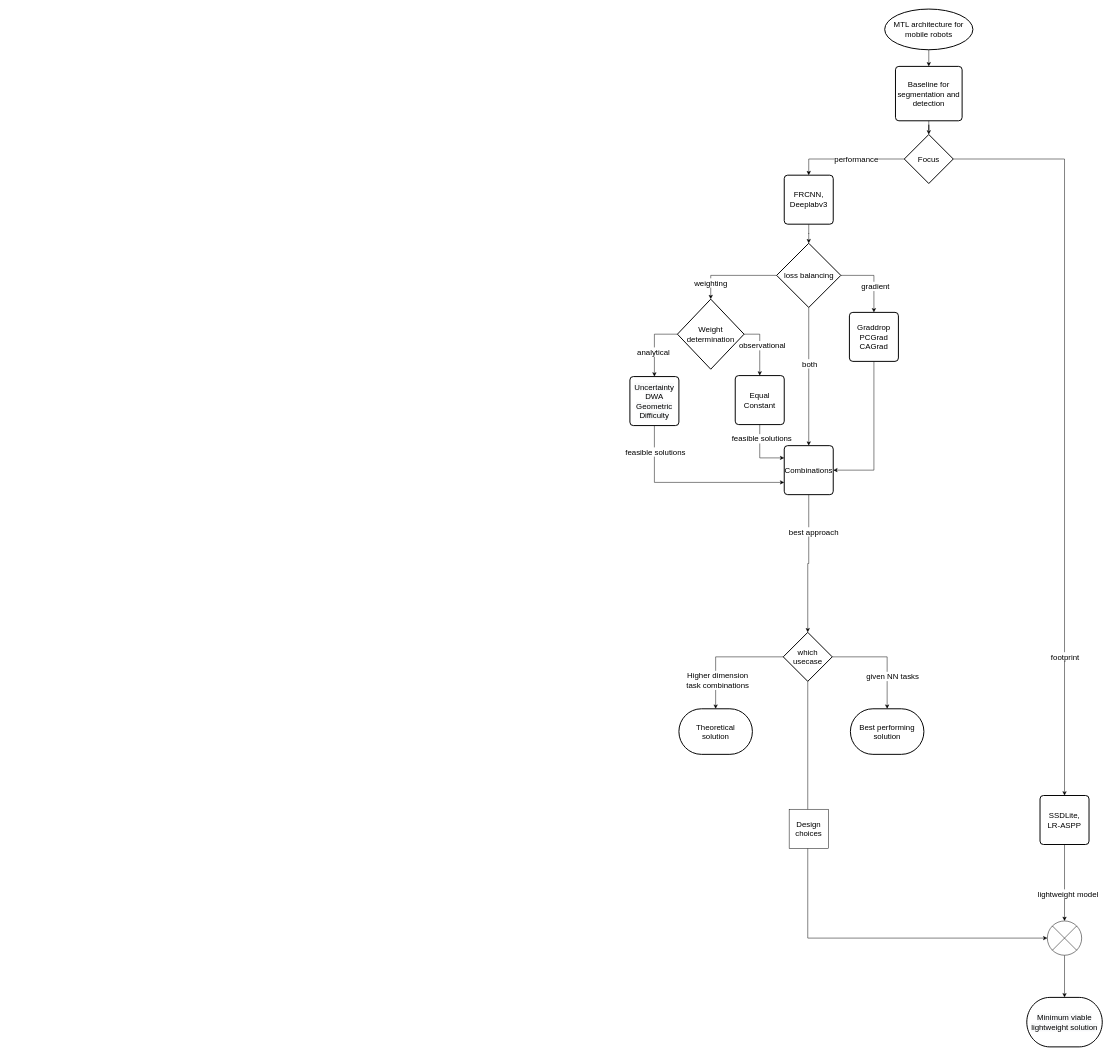
The draw.io diagram page "experiment_decisiontree" (3 of 9) of docs/flawless-flowcharts.drawio in ponderbb/multitask-mayhem, before the edit. Source tidied: cells renumbered, new cells numbered last; positions are measured from the earlier drawing's top-left corner, leaving out a move shared by most shapes. Both pictures are drawn from the tidied source at 49%, with x=0, y=0 at pixel (630, 9).
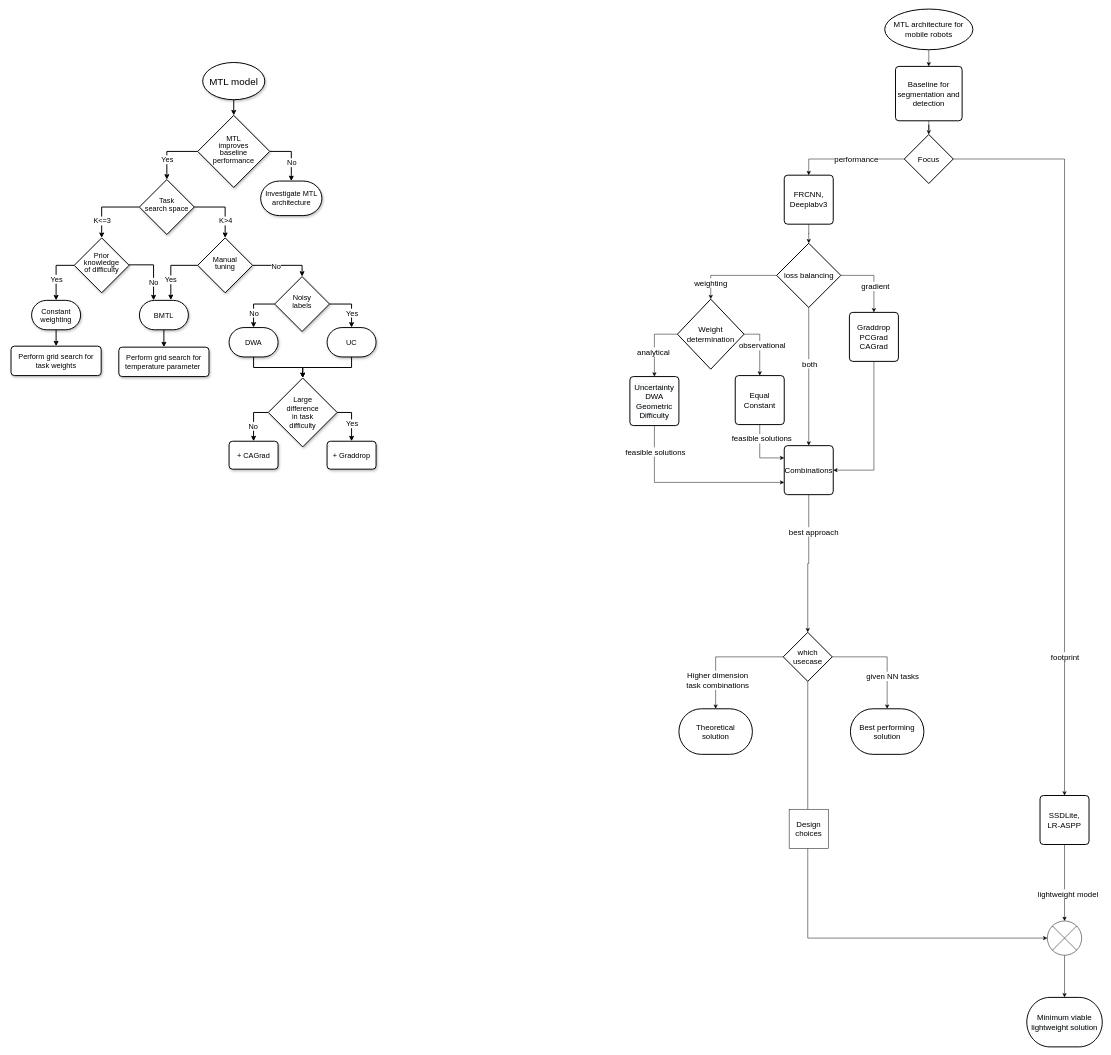
The same page after the edit.

Change to the diagram source:
```diff
@@
+    <mxCell id="51" style="edgeStyle=orthogonalEdgeStyle;rounded=0;jettySize=auto;html=1;exitX=0.5;exitY=1;exitDx=0;exitDy=0;exitPerimeter=0;entryX=0.5;entryY=0;entryDx=0;entryDy=0;entryPerimeter=0;strokeWidth=2;fontSize=20;fontColor=#000000;" parent="1" edge="1" source="57" target="56">
+      <mxGeometry relative="1" as="geometry" />
+    </mxCell>
+    <mxCell id="52" style="edgeStyle=orthogonalEdgeStyle;rounded=0;jettySize=auto;html=1;exitX=1;exitY=0.5;exitDx=0;exitDy=0;exitPerimeter=0;strokeWidth=2;fontSize=15;fontColor=#000000;entryX=0.5;entryY=0;entryDx=0;entryDy=0;entryPerimeter=0;" parent="1" edge="1" source="56" target="58">
+      <mxGeometry relative="1" as="geometry" />
+    </mxCell>
+    <mxCell id="53" value="No" style="edgeLabel;html=1;align=center;verticalAlign=middle;fontSize=15;fontColor=#000000;" parent="52" vertex="1">
+      <mxGeometry x="-0.01" y="1" relative="1" as="geometry">
+        <mxPoint x="-1" y="14" as="offset" />
+      </mxGeometry>
+    </mxCell>
+    <mxCell id="54" style="edgeStyle=orthogonalEdgeStyle;rounded=0;jettySize=auto;html=1;exitX=0;exitY=0.5;exitDx=0;exitDy=0;exitPerimeter=0;strokeWidth=2;fontSize=15;fontColor=#000000;entryX=0.5;entryY=0;entryDx=0;entryDy=0;entryPerimeter=0;" parent="1" edge="1" source="56" target="63">
+      <mxGeometry relative="1" as="geometry" />
+    </mxCell>
+    <mxCell id="55" value="Yes" style="edgeLabel;html=1;align=center;verticalAlign=middle;fontSize=15;fontColor=#000000;" parent="54" vertex="1">
+      <mxGeometry x="-0.51" y="-4" relative="1" as="geometry">
+        <mxPoint x="-33" y="20" as="offset" />
+      </mxGeometry>
+    </mxCell>
+    <mxCell id="56" value="&lt;p style=&quot;line-height: 100%;&quot;&gt;MTL&lt;br&gt;improves&lt;br&gt;baseline&lt;br&gt;performance&lt;br&gt;&lt;/p&gt;" style="strokeWidth=2;html=1;shape=mxgraph.flowchart.decision;whiteSpace=wrap;strokeColor=#000000;fontSize=15;fontColor=#000000;fillColor=#FFFFFF;spacing=2;spacingTop=-12;shadow=1;" parent="1" vertex="1">
+      <mxGeometry x="-882" y="217" width="147" height="147" as="geometry" />
+    </mxCell>
+    <mxCell id="57" value="MTL model" style="strokeWidth=2;html=1;shape=mxgraph.flowchart.start_1;whiteSpace=wrap;strokeColor=#000000;fontSize=20;fontColor=#000000;fillColor=#FFFFFF;shadow=1;" parent="1" vertex="1">
+      <mxGeometry x="-871.8" y="109" width="126.7" height="76" as="geometry" />
+    </mxCell>
+    <mxCell id="58" value="Investigate MTL architecture" style="strokeWidth=2;html=1;shape=mxgraph.flowchart.terminator;whiteSpace=wrap;strokeColor=#000000;fontSize=15;fontColor=#000000;fillColor=#FFFFFF;shadow=1;" parent="1" vertex="1">
+      <mxGeometry x="-753.5" y="351" width="125" height="70.5" as="geometry" />
+    </mxCell>
+    <mxCell id="59" style="edgeStyle=orthogonalEdgeStyle;rounded=0;jettySize=auto;html=1;exitX=0;exitY=0.5;exitDx=0;exitDy=0;exitPerimeter=0;strokeWidth=2;fontSize=15;fontColor=#000000;" parent="1" edge="1" source="63" target="68">
+      <mxGeometry relative="1" as="geometry" />
+    </mxCell>
+    <mxCell id="60" value="K&amp;lt;=3" style="edgeLabel;html=1;align=center;verticalAlign=middle;fontSize=15;fontColor=#000000;" parent="59" vertex="1">
+      <mxGeometry x="-0.5" y="3" relative="1" as="geometry">
+        <mxPoint x="-42" y="24" as="offset" />
+      </mxGeometry>
+    </mxCell>
+    <mxCell id="61" style="edgeStyle=orthogonalEdgeStyle;rounded=0;jettySize=auto;html=1;exitX=1;exitY=0.5;exitDx=0;exitDy=0;exitPerimeter=0;strokeWidth=2;fontSize=15;fontColor=#000000;" parent="1" edge="1" source="63" target="73">
+      <mxGeometry relative="1" as="geometry" />
+    </mxCell>
+    <mxCell id="62" value="K&amp;gt;4" style="edgeLabel;html=1;align=center;verticalAlign=middle;fontSize=15;fontColor=#000000;" parent="61" vertex="1">
+      <mxGeometry x="-0.61" y="2" relative="1" as="geometry">
+        <mxPoint x="38" y="29" as="offset" />
+      </mxGeometry>
+    </mxCell>
+    <mxCell id="63" value="&lt;p style=&quot;line-height: 100%;&quot;&gt;Task&lt;br&gt;search space&lt;/p&gt;" style="strokeWidth=2;html=1;shape=mxgraph.flowchart.decision;whiteSpace=wrap;strokeColor=#000000;fontSize=15;fontColor=#000000;fillColor=#FFFFFF;spacing=2;spacingTop=-12;shadow=1;" parent="1" vertex="1">
+      <mxGeometry x="-1001" y="348" width="112" height="112" as="geometry" />
+    </mxCell>
+    <mxCell id="64" style="edgeStyle=orthogonalEdgeStyle;rounded=0;jettySize=auto;html=1;exitX=0;exitY=0.5;exitDx=0;exitDy=0;exitPerimeter=0;strokeWidth=2;fontSize=15;fontColor=#000000;entryX=0.5;entryY=0;entryDx=0;entryDy=0;entryPerimeter=0;" parent="1" edge="1" source="68" target="75">
+      <mxGeometry relative="1" as="geometry" />
+    </mxCell>
+    <mxCell id="65" value="Yes" style="edgeLabel;html=1;align=center;verticalAlign=middle;fontSize=15;fontColor=#000000;" parent="64" vertex="1">
+      <mxGeometry x="-0.09" relative="1" as="geometry">
+        <mxPoint y="15" as="offset" />
+      </mxGeometry>
+    </mxCell>
+    <mxCell id="66" style="edgeStyle=orthogonalEdgeStyle;rounded=0;jettySize=auto;html=1;exitX=1;exitY=0.5;exitDx=0;exitDy=0;exitPerimeter=0;strokeWidth=2;fontSize=15;fontColor=#000000;entryX=0.289;entryY=-0.001;entryDx=0;entryDy=0;entryPerimeter=0;" parent="1" edge="1" source="68" target="77">
+      <mxGeometry relative="1" as="geometry">
+        <Array as="points">
+          <mxPoint x="-1022" y="522" />
+          <mxPoint x="-972" y="522" />
+        </Array>
+      </mxGeometry>
+    </mxCell>
+    <mxCell id="67" value="No" style="edgeLabel;html=1;align=center;verticalAlign=middle;fontSize=15;fontColor=#000000;" parent="66" vertex="1">
+      <mxGeometry x="-0.25" y="3" relative="1" as="geometry">
+        <mxPoint x="4" y="37" as="offset" />
+      </mxGeometry>
+    </mxCell>
+    <mxCell id="68" value="&lt;p style=&quot;line-height: 100%;&quot;&gt;Prior&lt;br&gt;knowledge&lt;br&gt;of difficulty&lt;/p&gt;" style="strokeWidth=2;html=1;shape=mxgraph.flowchart.decision;whiteSpace=wrap;strokeColor=#000000;fontSize=15;fontColor=#000000;fillColor=#FFFFFF;spacing=2;spacingTop=-12;shadow=1;" parent="1" vertex="1">
+      <mxGeometry x="-1134" y="467" width="112" height="112" as="geometry" />
+    </mxCell>
+    <mxCell id="69" style="edgeStyle=orthogonalEdgeStyle;rounded=0;jettySize=auto;html=1;exitX=0;exitY=0.5;exitDx=0;exitDy=0;exitPerimeter=0;strokeWidth=2;fontSize=15;fontColor=#000000;entryX=0.641;entryY=-0.012;entryDx=0;entryDy=0;entryPerimeter=0;" parent="1" edge="1" source="73" target="77">
+      <mxGeometry relative="1" as="geometry">
+        <Array as="points">
+          <mxPoint x="-937" y="523" />
+        </Array>
+      </mxGeometry>
+    </mxCell>
+    <mxCell id="70" value="Yes" style="edgeLabel;html=1;align=center;verticalAlign=middle;fontSize=15;fontColor=#000000;" parent="69" vertex="1">
+      <mxGeometry x="-0.41" y="3" relative="1" as="geometry">
+        <mxPoint x="-19" y="25" as="offset" />
+      </mxGeometry>
+    </mxCell>
+    <mxCell id="71" style="edgeStyle=orthogonalEdgeStyle;rounded=0;jettySize=auto;html=1;exitX=1;exitY=0.5;exitDx=0;exitDy=0;exitPerimeter=0;strokeWidth=2;fontSize=15;fontColor=#000000;entryX=0.5;entryY=0;entryDx=0;entryDy=0;entryPerimeter=0;" parent="1" edge="1" source="73" target="82">
+      <mxGeometry relative="1" as="geometry" />
+    </mxCell>
+    <mxCell id="72" value="No" style="edgeLabel;html=1;align=center;verticalAlign=middle;fontSize=15;fontColor=#000000;" parent="71" vertex="1">
+      <mxGeometry x="-0.49" y="-1" relative="1" as="geometry">
+        <mxPoint x="15" y="-1" as="offset" />
+      </mxGeometry>
+    </mxCell>
+    <mxCell id="73" value="&lt;p style=&quot;line-height: 100%;&quot;&gt;Manual&lt;br&gt;tuning&lt;/p&gt;" style="strokeWidth=2;html=1;shape=mxgraph.flowchart.decision;whiteSpace=wrap;strokeColor=#000000;fontSize=15;fontColor=#000000;fillColor=#FFFFFF;spacing=2;spacingTop=-12;shadow=1;" parent="1" vertex="1">
+      <mxGeometry x="-882" y="467" width="112" height="112" as="geometry" />
+    </mxCell>
+    <mxCell id="74" style="edgeStyle=orthogonalEdgeStyle;rounded=0;jettySize=auto;html=1;exitX=0.5;exitY=1;exitDx=0;exitDy=0;strokeWidth=2;fontSize=15;fontColor=#000000;exitPerimeter=0;entryX=0.5;entryY=0;entryDx=0;entryDy=0;" parent="1" edge="1" source="75" target="93">
+      <mxGeometry relative="1" as="geometry" />
+    </mxCell>
+    <mxCell id="75" value="Constant weighting" style="strokeWidth=2;html=1;shape=mxgraph.flowchart.terminator;whiteSpace=wrap;strokeColor=#000000;fontSize=15;fontColor=#000000;fillColor=#FFFFFF;shadow=1;" parent="1" vertex="1">
+      <mxGeometry x="-1221" y="594.5" width="100" height="60" as="geometry" />
+    </mxCell>
+    <mxCell id="76" style="edgeStyle=orthogonalEdgeStyle;rounded=0;jettySize=auto;html=1;exitX=0.5;exitY=1;exitDx=0;exitDy=0;exitPerimeter=0;strokeWidth=2;fontSize=15;fontColor=#000000;entryX=0.5;entryY=0;entryDx=0;entryDy=0;" parent="1" edge="1" source="77" target="94">
+      <mxGeometry relative="1" as="geometry" />
+    </mxCell>
+    <mxCell id="77" value="BMTL" style="strokeWidth=2;html=1;shape=mxgraph.flowchart.terminator;whiteSpace=wrap;strokeColor=#000000;fontSize=15;fontColor=#000000;fillColor=#FFFFFF;shadow=1;" parent="1" vertex="1">
+      <mxGeometry x="-1001" y="594.5" width="100" height="60" as="geometry" />
+    </mxCell>
+    <mxCell id="78" style="edgeStyle=orthogonalEdgeStyle;rounded=0;jettySize=auto;html=1;exitX=1;exitY=0.5;exitDx=0;exitDy=0;exitPerimeter=0;strokeWidth=2;fontSize=15;fontColor=#000000;entryX=0.5;entryY=0;entryDx=0;entryDy=0;entryPerimeter=0;" parent="1" edge="1" source="82" target="86">
+      <mxGeometry relative="1" as="geometry">
+        <Array as="points">
+          <mxPoint x="-568" y="624" />
+          <mxPoint x="-568" y="672" />
+        </Array>
+      </mxGeometry>
+    </mxCell>
+    <mxCell id="79" value="Yes" style="edgeLabel;html=1;align=center;verticalAlign=middle;fontSize=15;fontColor=#000000;" parent="78" vertex="1">
+      <mxGeometry x="-0.1" relative="1" as="geometry">
+        <mxPoint x="3" y="17" as="offset" />
+      </mxGeometry>
+    </mxCell>
+    <mxCell id="80" style="edgeStyle=orthogonalEdgeStyle;rounded=0;jettySize=auto;html=1;exitX=0;exitY=0.5;exitDx=0;exitDy=0;exitPerimeter=0;strokeWidth=2;fontSize=15;fontColor=#000000;entryX=0.5;entryY=0;entryDx=0;entryDy=0;entryPerimeter=0;" parent="1" edge="1" source="82" target="84">
+      <mxGeometry relative="1" as="geometry" />
+    </mxCell>
+    <mxCell id="81" value="No" style="edgeLabel;html=1;align=center;verticalAlign=middle;fontSize=15;fontColor=#000000;" parent="80" vertex="1">
+      <mxGeometry x="-0.34" y="1" relative="1" as="geometry">
+        <mxPoint x="-13" y="16" as="offset" />
+      </mxGeometry>
+    </mxCell>
+    <mxCell id="82" value="&lt;p style=&quot;line-height: 100%;&quot;&gt;Noisy&lt;br&gt;labels&lt;/p&gt;" style="strokeWidth=2;html=1;shape=mxgraph.flowchart.decision;whiteSpace=wrap;strokeColor=#000000;fontSize=15;fontColor=#000000;fillColor=#FFFFFF;spacing=2;spacingTop=-12;shadow=1;" parent="1" vertex="1">
+      <mxGeometry x="-725" y="546" width="112" height="112" as="geometry" />
+    </mxCell>
+    <mxCell id="83" style="edgeStyle=orthogonalEdgeStyle;rounded=0;jettySize=auto;html=1;exitX=0.5;exitY=1;exitDx=0;exitDy=0;exitPerimeter=0;strokeWidth=2;fontSize=15;fontColor=#000000;entryX=0.5;entryY=0;entryDx=0;entryDy=0;entryPerimeter=0;" parent="1" edge="1" source="84" target="91">
+      <mxGeometry relative="1" as="geometry" />
+    </mxCell>
+    <mxCell id="84" value="DWA" style="strokeWidth=2;html=1;shape=mxgraph.flowchart.terminator;whiteSpace=wrap;strokeColor=#000000;fontSize=15;fontColor=#000000;fillColor=#FFFFFF;shadow=1;" parent="1" vertex="1">
+      <mxGeometry x="-818" y="650" width="100" height="60" as="geometry" />
+    </mxCell>
+    <mxCell id="85" style="edgeStyle=orthogonalEdgeStyle;rounded=0;jettySize=auto;html=1;exitX=0.5;exitY=1;exitDx=0;exitDy=0;exitPerimeter=0;entryX=0.5;entryY=0;entryDx=0;entryDy=0;entryPerimeter=0;strokeWidth=2;fontSize=15;fontColor=#000000;" parent="1" edge="1" source="86" target="91">
+      <mxGeometry relative="1" as="geometry" />
+    </mxCell>
+    <mxCell id="86" value="UC" style="strokeWidth=2;html=1;shape=mxgraph.flowchart.terminator;whiteSpace=wrap;strokeColor=#000000;fontSize=15;fontColor=#000000;fillColor=#FFFFFF;shadow=1;" parent="1" vertex="1">
+      <mxGeometry x="-618" y="650" width="100" height="60" as="geometry" />
+    </mxCell>
+    <mxCell id="87" style="edgeStyle=orthogonalEdgeStyle;rounded=0;jettySize=auto;html=1;exitX=0;exitY=0.5;exitDx=0;exitDy=0;exitPerimeter=0;strokeWidth=2;fontSize=15;fontColor=#000000;entryX=0.5;entryY=0;entryDx=0;entryDy=0;" parent="1" edge="1" source="91" target="95">
+      <mxGeometry relative="1" as="geometry" />
+    </mxCell>
+    <mxCell id="88" value="No" style="edgeLabel;html=1;align=center;verticalAlign=middle;fontSize=15;fontColor=#000000;" parent="87" vertex="1">
+      <mxGeometry x="0.11" y="-2" relative="1" as="geometry">
+        <mxPoint y="8" as="offset" />
+      </mxGeometry>
+    </mxCell>
+    <mxCell id="89" style="edgeStyle=orthogonalEdgeStyle;rounded=0;jettySize=auto;html=1;exitX=1;exitY=0.5;exitDx=0;exitDy=0;exitPerimeter=0;strokeWidth=2;fontSize=15;fontColor=#000000;" parent="1" edge="1" source="91" target="92">
+      <mxGeometry relative="1" as="geometry" />
+    </mxCell>
+    <mxCell id="90" value="Yes" style="edgeLabel;html=1;align=center;verticalAlign=middle;fontSize=15;fontColor=#000000;" parent="89" vertex="1">
+      <mxGeometry x="0.06" relative="1" as="geometry">
+        <mxPoint y="5" as="offset" />
+      </mxGeometry>
+    </mxCell>
+    <mxCell id="91" value="Large&lt;br&gt;difference&lt;br&gt;in task&lt;br&gt;difficulty" style="strokeWidth=2;html=1;shape=mxgraph.flowchart.decision;whiteSpace=wrap;strokeColor=#000000;fontSize=15;fontColor=#000000;fillColor=#FFFFFF;shadow=1;" parent="1" vertex="1">
+      <mxGeometry x="-738" y="753" width="140.5" height="140.5" as="geometry" />
+    </mxCell>
+    <mxCell id="92" value="+ Graddrop" style="rounded=1;whiteSpace=wrap;html=1;absoluteArcSize=1;arcSize=14;strokeWidth=2;strokeColor=#000000;fontSize=15;fontColor=#000000;fillColor=#FFFFFF;shadow=1;" parent="1" vertex="1">
+      <mxGeometry x="-618" y="882" width="100" height="57" as="geometry" />
+    </mxCell>
+    <mxCell id="93" value="Perform grid search for task weights" style="rounded=1;whiteSpace=wrap;html=1;absoluteArcSize=1;arcSize=14;strokeWidth=2;strokeColor=#000000;fontSize=15;fontColor=#000000;fillColor=#FFFFFF;shadow=1;" parent="1" vertex="1">
+      <mxGeometry x="-1263" y="688" width="184" height="60" as="geometry" />
+    </mxCell>
+    <mxCell id="94" value="Perform grid search for temperature parameter&amp;nbsp;" style="rounded=1;whiteSpace=wrap;html=1;absoluteArcSize=1;arcSize=14;strokeWidth=2;strokeColor=#000000;fontSize=15;fontColor=#000000;fillColor=#FFFFFF;shadow=1;" parent="1" vertex="1">
+      <mxGeometry x="-1043" y="690" width="184" height="60" as="geometry" />
+    </mxCell>
+    <mxCell id="95" value="+ CAGrad" style="rounded=1;whiteSpace=wrap;html=1;absoluteArcSize=1;arcSize=14;strokeWidth=2;strokeColor=#000000;fontSize=15;fontColor=#000000;fillColor=#FFFFFF;shadow=1;" parent="1" vertex="1">
+      <mxGeometry x="-818" y="882" width="100" height="57" as="geometry" />
+    </mxCell>
```
